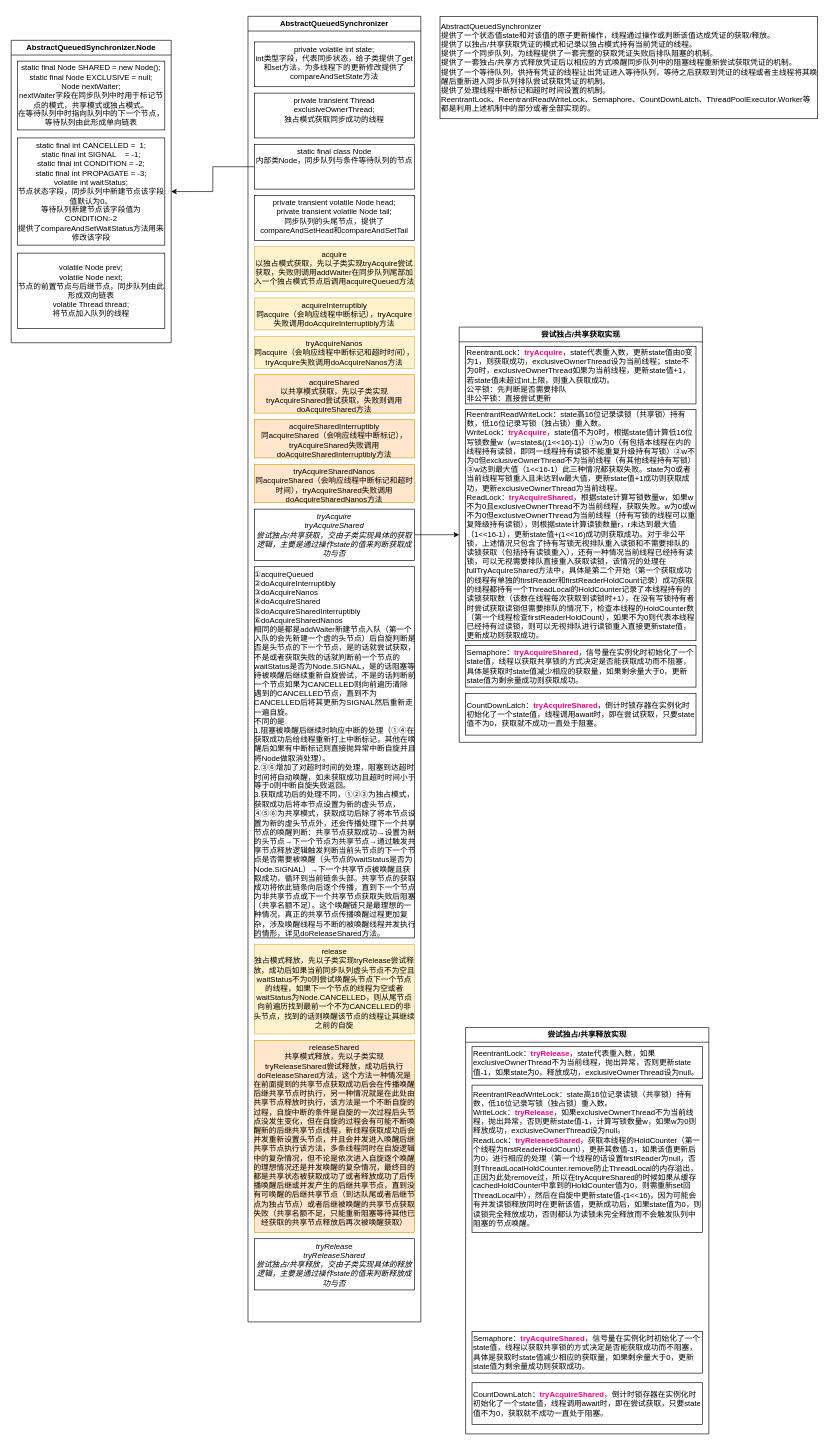
Earlier version of the draw.io diagram AbstractQueuedSynchronizer.drawio (a7956232/drawIOFiles). Source tidied: cells renumbered, new cells numbered last; positions are measured from the earlier drawing's top-left corner, leaving out a move shared by most shapes. Both pictures are drawn from the tidied source at 64%, with x=0, y=0 at pixel (11, 16).
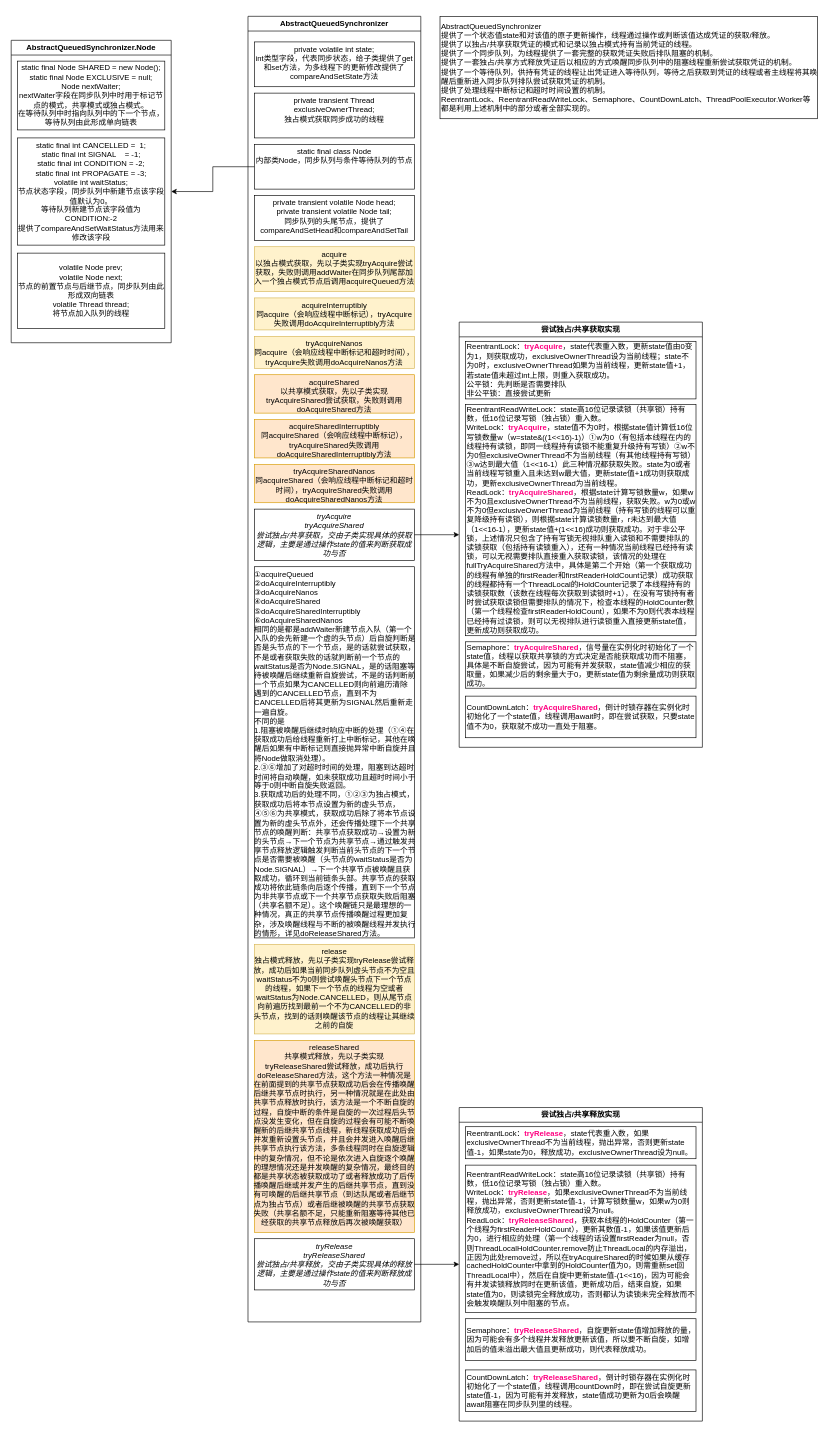
Above is the later version.

Unchanged cells that the change refers to:
```xml
<mxCell id="17" value="tryRelease&#10;tryReleaseShared&#10;尝试独占/共享释放，交由子类实现具体的释放逻辑，主要是通过操作state的值来判断释放成功与否" style="rounded=0;whiteSpace=wrap;labelBackgroundColor=none;fontFamily=Helvetica;fontSize=12;fontColor=#000000;verticalAlign=top;spacing=0;fontStyle=2;" parent="2" vertex="1">
  <mxGeometry x="10" y="1910" width="250" height="80" as="geometry" />
</mxCell>
```

The edit, as a diff of the source:
```diff
@@
     <mxCell id="24" value="尝试独占/共享获取实现" style="swimlane;whiteSpace=wrap;html=1;rounded=0;labelBackgroundColor=none;strokeColor=default;fontFamily=Helvetica;fontSize=12;fontColor=#000000;fillColor=default;" parent="1" vertex="1">
-      <mxGeometry x="700" y="485.6" width="380" height="648.8" as="geometry" />
+      <mxGeometry x="700" y="477.8" width="380" height="664.4" as="geometry" />
     </mxCell>
@@
-    <mxCell id="27" value="Semaphore：&lt;b&gt;&lt;font color=&quot;#ff0080&quot;&gt;tryAcquireShared&lt;/font&gt;&lt;/b&gt;，信号量在实例化时初始化了一个state值，线程以获取共享锁的方式决定是否能获取成功而不阻塞，具体是获取时state值减少相应的获取量，如果剩余量大于0，更新state值为剩余量成功则获取成功。" style="rounded=0;whiteSpace=wrap;html=1;labelBackgroundColor=none;strokeColor=default;fontFamily=Helvetica;fontSize=12;fontColor=#000000;fillColor=default;align=left;" parent="24" vertex="1">
-      <mxGeometry x="10" y="497.5" width="360" height="65" as="geometry" />
+    <mxCell id="27" value="Semaphore：&lt;b&gt;&lt;font color=&quot;#ff0080&quot;&gt;tryAcquireShared&lt;/font&gt;&lt;/b&gt;，信号量在实例化时初始化了一个state值，线程以获取共享锁的方式决定是否能获取成功而不阻塞，具体是不断自旋尝试，因为可能有并发获取，state值减少相应的获取量，如果减少后的剩余量大于0，更新state值为剩余量成功则获取成功。" style="rounded=0;whiteSpace=wrap;html=1;labelBackgroundColor=none;strokeColor=default;fontFamily=Helvetica;fontSize=12;fontColor=#000000;fillColor=default;align=left;" parent="24" vertex="1">
+      <mxGeometry x="10" y="499.5" width="360" height="72.5" as="geometry" />
     </mxCell>
     <mxCell id="28" value="CountDownLatch：&lt;b&gt;&lt;font color=&quot;#ff0080&quot;&gt;tryAcquireShared&lt;/font&gt;&lt;/b&gt;，倒计时锁存器在实例化时初始化了一个state值，线程调用await时，即在尝试获取，只要state值不为0，获取就不成功一直处于阻塞。" style="rounded=0;whiteSpace=wrap;html=1;labelBackgroundColor=none;strokeColor=default;fontFamily=Helvetica;fontSize=12;fontColor=#000000;fillColor=default;align=left;" parent="24" vertex="1">
-      <mxGeometry x="10" y="572.5" width="360" height="65" as="geometry" />
+      <mxGeometry x="10" y="584.4" width="360" height="65" as="geometry" />
     </mxCell>
@@
     <mxCell id="30" value="尝试独占/共享释放实现" style="swimlane;whiteSpace=wrap;html=1;rounded=0;labelBackgroundColor=none;strokeColor=default;fontFamily=Helvetica;fontSize=12;fontColor=#000000;fillColor=default;" parent="1" vertex="1">
-      <mxGeometry x="710" y="1580" width="380" height="635" as="geometry" />
+      <mxGeometry x="700" y="1705" width="380" height="490" as="geometry" />
     </mxCell>
@@
-    <mxCell id="32" value="ReentrantReadWriteLock：state高16位记录读锁（共享锁）持有数，低16位记录写锁（独占锁）重入数。&lt;br&gt;WriteLock：&lt;b&gt;&lt;font color=&quot;#ff0080&quot;&gt;tryRelease&lt;/font&gt;&lt;/b&gt;，如果exclusiveOwnerThread不为当前线程，抛出异常，否则更新state值-1，计算写锁数量w，如果w为0则释放成功，exclusiveOwnerThread设为null。&lt;br&gt;ReadLock：&lt;b&gt;&lt;font color=&quot;#ff0080&quot;&gt;tryReleaseShared&lt;/font&gt;&lt;/b&gt;，获取本线程的HoldCounter（第一个线程为firstReaderHoldCount），更新其数值-1，如果该值更新后为0，进行相应的处理（第一个线程的话设置firstReader为null，否则ThreadLocalHoldCounter.remove防止ThreadLocal的内存溢出，正因为此处remove过，所以在tryAcquireShared的时候如果从缓存cachedHoldCounter中拿到的HoldCounter值为0，则需重新set回ThreadLocal中），然后在自旋中更新state值-(1&amp;lt;&amp;lt;16)，因为可能会有并发读锁释放同时在更新该值，更新成功后，如果state值为0，则读锁完全释放成功，否则都认为读锁未完全释放而不会触发队列中阻塞的节点唤醒。" style="rounded=0;whiteSpace=wrap;html=1;labelBackgroundColor=none;strokeColor=default;fontFamily=Helvetica;fontSize=12;fontColor=#000000;fillColor=default;align=left;" parent="30" vertex="1">
+    <mxCell id="32" value="ReentrantReadWriteLock：state高16位记录读锁（共享锁）持有数，低16位记录写锁（独占锁）重入数。&lt;br&gt;WriteLock：&lt;b&gt;&lt;font color=&quot;#ff0080&quot;&gt;tryRelease&lt;/font&gt;&lt;/b&gt;，如果exclusiveOwnerThread不为当前线程，抛出异常，否则更新state值-1，计算写锁数量w，如果w为0则释放成功，exclusiveOwnerThread设为null。&lt;br&gt;ReadLock：&lt;b&gt;&lt;font color=&quot;#ff0080&quot;&gt;tryReleaseShared&lt;/font&gt;&lt;/b&gt;，获取本线程的HoldCounter（第一个线程为firstReaderHoldCount），更新其数值-1，如果该值更新后为0，进行相应的处理（第一个线程的话设置firstReader为null，否则ThreadLocalHoldCounter.remove防止ThreadLocal的内存溢出，正因为此处remove过，所以在tryAcquireShared的时候如果从缓存cachedHoldCounter中拿到的HoldCounter值为0，则需重新set回ThreadLocal中），然后在自旋中更新state值-(1&amp;lt;&amp;lt;16)，因为可能会有并发读锁释放同时在更新该值，更新成功后，结束自旋，如果state值为0，则读锁完全释放成功，否则都认为读锁未完全释放而不会触发唤醒队列中阻塞的节点。" style="rounded=0;whiteSpace=wrap;html=1;labelBackgroundColor=none;strokeColor=default;fontFamily=Helvetica;fontSize=12;fontColor=#000000;fillColor=default;align=left;" parent="30" vertex="1">
       <mxGeometry x="10" y="90" width="360" height="230" as="geometry" />
     </mxCell>
-    <mxCell id="33" value="Semaphore：&lt;b&gt;&lt;font color=&quot;#ff0080&quot;&gt;tryAcquireShared&lt;/font&gt;&lt;/b&gt;，信号量在实例化时初始化了一个state值，线程以获取共享锁的方式决定是否能获取成功而不阻塞，具体是获取时state值减少相应的获取量，如果剩余量大于0，更新state值为剩余量成功则获取成功。" style="rounded=0;whiteSpace=wrap;html=1;labelBackgroundColor=none;strokeColor=default;fontFamily=Helvetica;fontSize=12;fontColor=#000000;fillColor=default;align=left;" parent="30" vertex="1">
-      <mxGeometry x="10" y="475" width="360" height="65" as="geometry" />
+    <mxCell id="33" value="Semaphore：&lt;b&gt;&lt;font color=&quot;#ff0080&quot;&gt;tryReleaseShared&lt;/font&gt;&lt;/b&gt;，自旋更新state值增加释放的量，因为可能会有多个线程并发释放更新该值，所以要不断自旋，如增加后的值未溢出最大值且更新成功，则代表释放成功。" style="rounded=0;whiteSpace=wrap;html=1;labelBackgroundColor=none;strokeColor=default;fontFamily=Helvetica;fontSize=12;fontColor=#000000;fillColor=default;align=left;" parent="30" vertex="1">
+      <mxGeometry x="10" y="330" width="360" height="65" as="geometry" />
     </mxCell>
-    <mxCell id="34" value="CountDownLatch：&lt;b&gt;&lt;font color=&quot;#ff0080&quot;&gt;tryAcquireShared&lt;/font&gt;&lt;/b&gt;，倒计时锁存器在实例化时初始化了一个state值，线程调用await时，即在尝试获取，只要state值不为0，获取就不成功一直处于阻塞。" style="rounded=0;whiteSpace=wrap;html=1;labelBackgroundColor=none;strokeColor=default;fontFamily=Helvetica;fontSize=12;fontColor=#000000;fillColor=default;align=left;" parent="30" vertex="1">
-      <mxGeometry x="10" y="555" width="360" height="65" as="geometry" />
+    <mxCell id="34" value="CountDownLatch：&lt;b&gt;&lt;font color=&quot;#ff0080&quot;&gt;tryReleaseShared&lt;/font&gt;&lt;/b&gt;，倒计时锁存器在实例化时初始化了一个state值，线程调用countDown时，即在尝试自旋更新state值-1，因为可能有并发释放，state值成功更新为0后会唤醒await阻塞在同步队列里的线程。" style="rounded=0;whiteSpace=wrap;html=1;labelBackgroundColor=none;strokeColor=default;fontFamily=Helvetica;fontSize=12;fontColor=#000000;fillColor=default;align=left;" parent="30" vertex="1">
+      <mxGeometry x="10" y="410" width="360" height="65" as="geometry" />
     </mxCell>
+    <mxCell id="35" style="edgeStyle=orthogonalEdgeStyle;rounded=0;jettySize=auto;html=1;entryX=0;entryY=0.5;entryDx=0;entryDy=0;fontColor=#0000FF;" parent="1" edge="1" source="17" target="30">
+      <mxGeometry relative="1" as="geometry" />
+    </mxCell>
```
